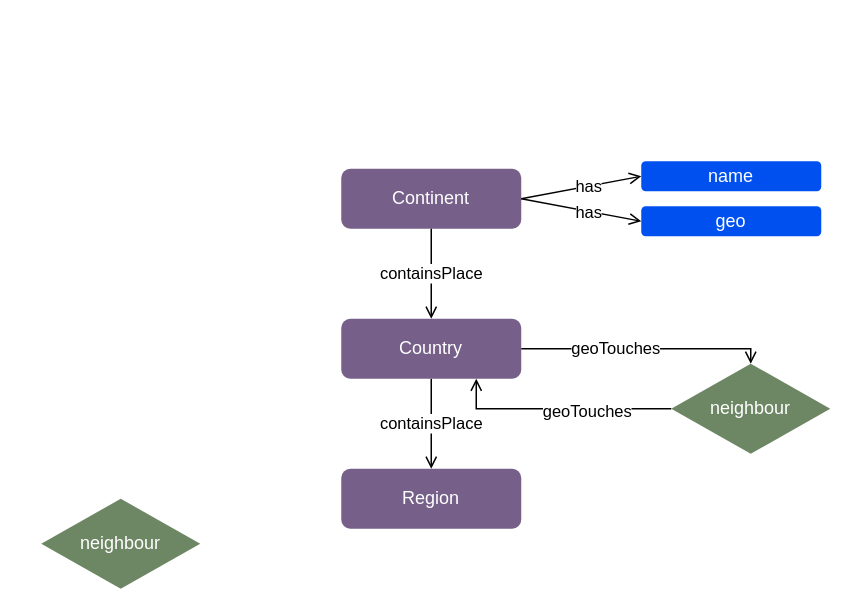
Before: Geo Knowledge Map.drawio in emergent-analytics/emergent-engine, a draw.io diagram. Source tidied: cells renumbered, new cells numbered last; positions are measured from the earlier drawing's top-left corner, leaving out a move shared by most shapes. Both pictures are drawn from the tidied source at 150%, with x=0, y=0 at pixel (40, 160).
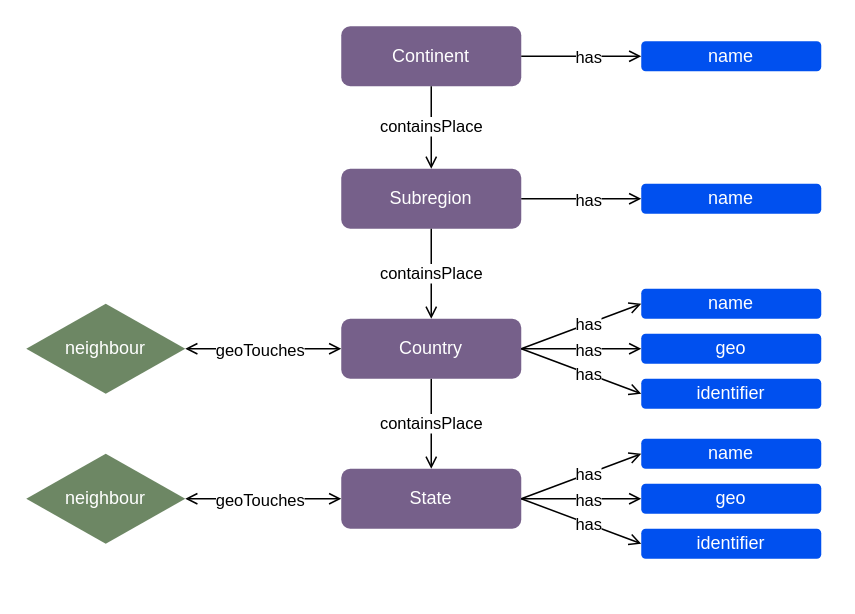
Above is the later version.

The change refers to these unchanged cells:
```xml
<mxCell id="5" value="Country" style="rounded=1;whiteSpace=wrap;html=1;fontSize=12;glass=0;strokeWidth=1;shadow=0;fillColor=#76608a;fontColor=#ffffff;strokeColor=none;" parent="1" vertex="1">
  <mxGeometry x="200" y="105" width="120" height="40" as="geometry" />
</mxCell>
```

What changed in the source:
```diff
@@
-    <mxCell id="2" value="Continent" style="rounded=1;whiteSpace=wrap;html=1;fontSize=12;glass=0;strokeWidth=1;shadow=0;fillColor=#76608a;fontColor=#ffffff;strokeColor=none;" parent="1" vertex="1">
+    <mxCell id="2" value="Subregion" style="rounded=1;whiteSpace=wrap;html=1;fontSize=12;glass=0;strokeWidth=1;shadow=0;fillColor=#76608a;fontColor=#ffffff;strokeColor=none;" parent="1" vertex="1">
       <mxGeometry x="200" y="5" width="120" height="40" as="geometry" />
     </mxCell>
@@
-    <mxCell id="6" value="Region" style="rounded=1;whiteSpace=wrap;html=1;fontSize=12;glass=0;strokeWidth=1;shadow=0;fillColor=#76608a;fontColor=#ffffff;strokeColor=none;" parent="1" vertex="1">
+    <mxCell id="6" value="State" style="rounded=1;whiteSpace=wrap;html=1;fontSize=12;glass=0;strokeWidth=1;shadow=0;fillColor=#76608a;fontColor=#ffffff;strokeColor=none;" parent="1" vertex="1">
       <mxGeometry x="200" y="205" width="120" height="40" as="geometry" />
     </mxCell>
     <mxCell id="7" value="neighbour" style="rhombus;whiteSpace=wrap;html=1;fillColor=#6d8764;fontColor=#ffffff;strokeColor=none;" parent="1" vertex="1">
-      <mxGeometry x="420" y="135" width="106" height="60" as="geometry" />
+      <mxGeometry x="-10" y="95" width="106" height="60" as="geometry" />
     </mxCell>
-    <mxCell id="8" style="endArrow=open;html=1;entryX=0.75;entryY=1;entryDx=0;entryDy=0;exitX=0;exitY=0.5;exitDx=0;exitDy=0;rounded=0;startArrow=none;startFill=0;endFill=0;" parent="1" edge="1" source="7" target="5">
-      <mxGeometry relative="1" as="geometry">
-        <Array as="points">
-          <mxPoint x="290" y="165" />
-        </Array>
-      </mxGeometry>
-    </mxCell>
-    <mxCell id="9" value="geoTouches" style="edgeLabel;html=1;align=center;verticalAlign=middle;" parent="8" vertex="1">
-      <mxGeometry x="-0.24" y="1" relative="1" as="geometry" />
-    </mxCell>
-    <mxCell id="10" style="endArrow=open;html=1;entryX=0.5;entryY=0;entryDx=0;entryDy=0;exitX=1;exitY=0.5;exitDx=0;exitDy=0;rounded=0;startArrow=none;startFill=0;endFill=0;" parent="1" edge="1" source="5" target="7">
+    <mxCell id="10" style="endArrow=open;html=1;entryX=1;entryY=0.5;entryDx=0;entryDy=0;rounded=0;startArrow=open;startFill=0;endFill=0;" parent="1" edge="1" target="7">
       <mxGeometry relative="1" as="geometry">
-        <Array as="points">
-          <mxPoint x="473" y="125" />
-        </Array>
+        <mxPoint x="200" y="125" as="sourcePoint" />
       </mxGeometry>
     </mxCell>
     <mxCell id="11" value="geoTouches" style="edgeLabel;html=1;align=center;verticalAlign=middle;" parent="10" vertex="1">
-      <mxGeometry x="-0.24" y="1" relative="1" as="geometry" />
+      <mxGeometry x="-0.24" y="1" relative="1" as="geometry">
+        <mxPoint x="-14.3" y="-1" as="offset" />
+      </mxGeometry>
     </mxCell>
-    <mxCell id="12" value="neighbour" style="rhombus;whiteSpace=wrap;html=1;fillColor=#6d8764;fontColor=#ffffff;strokeColor=none;" parent="1" vertex="1">
-      <mxGeometry y="225" width="106" height="60" as="geometry" />
-    </mxCell>
     <mxCell id="13" value="name" style="rounded=1;whiteSpace=wrap;html=1;fontSize=12;glass=0;strokeWidth=1;shadow=0;fillColor=#0050ef;fontColor=#ffffff;strokeColor=none;" parent="1" vertex="1">
-      <mxGeometry x="400" width="120" height="20" as="geometry" />
+      <mxGeometry x="400" y="15" width="120" height="20" as="geometry" />
     </mxCell>
-    <mxCell id="14" value="geo" style="rounded=1;whiteSpace=wrap;html=1;fontSize=12;glass=0;strokeWidth=1;shadow=0;fillColor=#0050ef;fontColor=#ffffff;strokeColor=none;" parent="1" vertex="1">
-      <mxGeometry x="400" y="30" width="120" height="20" as="geometry" />
-    </mxCell>
@@
-    <mxCell id="17" style="endArrow=open;html=1;exitX=1;exitY=0.5;exitDx=0;exitDy=0;entryX=0;entryY=0.5;entryDx=0;entryDy=0;endFill=0;" parent="1" edge="1" source="2" target="14">
-      <mxGeometry relative="1" as="geometry" />
-    </mxCell>
-    <mxCell id="18" value="has" style="edgeLabel;html=1;align=center;verticalAlign=middle;" parent="17" vertex="1">
-      <mxGeometry x="0.11" relative="1" as="geometry" />
-    </mxCell>
+    <mxCell id="12" value="neighbour" style="rhombus;whiteSpace=wrap;html=1;fillColor=#6d8764;fontColor=#ffffff;strokeColor=none;" parent="1" vertex="1">
+      <mxGeometry x="-10" y="195" width="106" height="60" as="geometry" />
+    </mxCell>
+    <mxCell id="19" style="endArrow=open;html=1;entryX=1;entryY=0.5;entryDx=0;entryDy=0;rounded=0;startArrow=open;startFill=0;endFill=0;" parent="1" edge="1" target="12">
+      <mxGeometry relative="1" as="geometry">
+        <mxPoint x="200" y="225" as="sourcePoint" />
+      </mxGeometry>
+    </mxCell>
+    <mxCell id="9" value="geoTouches" style="edgeLabel;html=1;align=center;verticalAlign=middle;" parent="19" vertex="1">
+      <mxGeometry x="-0.24" y="1" relative="1" as="geometry">
+        <mxPoint x="-14.3" y="-1" as="offset" />
+      </mxGeometry>
+    </mxCell>
+    <mxCell id="20" value="name" style="rounded=1;whiteSpace=wrap;html=1;fontSize=12;glass=0;strokeWidth=1;shadow=0;fillColor=#0050ef;fontColor=#ffffff;strokeColor=none;" parent="1" vertex="1">
+      <mxGeometry x="400" y="85" width="120" height="20" as="geometry" />
+    </mxCell>
+    <mxCell id="21" value="geo" style="rounded=1;whiteSpace=wrap;html=1;fontSize=12;glass=0;strokeWidth=1;shadow=0;fillColor=#0050ef;fontColor=#ffffff;strokeColor=none;" parent="1" vertex="1">
+      <mxGeometry x="400" y="115" width="120" height="20" as="geometry" />
+    </mxCell>
+    <mxCell id="22" value="identifier" style="rounded=1;whiteSpace=wrap;html=1;fontSize=12;glass=0;strokeWidth=1;shadow=0;fillColor=#0050ef;fontColor=#ffffff;strokeColor=none;" parent="1" vertex="1">
+      <mxGeometry x="400" y="145" width="120" height="20" as="geometry" />
+    </mxCell>
+    <mxCell id="23" style="endArrow=open;html=1;exitX=1;exitY=0.5;exitDx=0;exitDy=0;entryX=0;entryY=0.5;entryDx=0;entryDy=0;endFill=0;" parent="1" edge="1" source="5" target="20">
+      <mxGeometry relative="1" as="geometry" />
+    </mxCell>
+    <mxCell id="24" value="has" style="edgeLabel;html=1;align=center;verticalAlign=middle;" parent="23" vertex="1">
+      <mxGeometry x="0.11" relative="1" as="geometry" />
+    </mxCell>
+    <mxCell id="25" style="endArrow=open;html=1;exitX=1;exitY=0.5;exitDx=0;exitDy=0;entryX=0;entryY=0.5;entryDx=0;entryDy=0;endFill=0;" parent="1" edge="1" source="5" target="21">
+      <mxGeometry relative="1" as="geometry" />
+    </mxCell>
+    <mxCell id="26" value="has" style="edgeLabel;html=1;align=center;verticalAlign=middle;" parent="25" vertex="1">
+      <mxGeometry x="0.11" relative="1" as="geometry" />
+    </mxCell>
+    <mxCell id="27" style="endArrow=open;html=1;entryX=0;entryY=0.5;entryDx=0;entryDy=0;endFill=0;" parent="1" edge="1" target="22">
+      <mxGeometry relative="1" as="geometry">
+        <mxPoint x="320" y="125" as="sourcePoint" />
+      </mxGeometry>
+    </mxCell>
+    <mxCell id="28" value="has" style="edgeLabel;html=1;align=center;verticalAlign=middle;" parent="27" vertex="1">
+      <mxGeometry x="0.11" relative="1" as="geometry" />
+    </mxCell>
+    <mxCell id="29" value="Continent" style="rounded=1;whiteSpace=wrap;html=1;fontSize=12;glass=0;strokeWidth=1;shadow=0;fillColor=#76608a;fontColor=#ffffff;strokeColor=none;" parent="1" vertex="1">
+      <mxGeometry x="200" y="-90" width="120" height="40" as="geometry" />
+    </mxCell>
+    <mxCell id="30" value="name" style="rounded=1;whiteSpace=wrap;html=1;fontSize=12;glass=0;strokeWidth=1;shadow=0;fillColor=#0050ef;fontColor=#ffffff;strokeColor=none;" parent="1" vertex="1">
+      <mxGeometry x="400" y="-80" width="120" height="20" as="geometry" />
+    </mxCell>
+    <mxCell id="31" style="endArrow=open;html=1;exitX=1;exitY=0.5;exitDx=0;exitDy=0;entryX=0;entryY=0.5;entryDx=0;entryDy=0;endFill=0;" parent="1" edge="1" source="29" target="30">
+      <mxGeometry relative="1" as="geometry" />
+    </mxCell>
+    <mxCell id="32" value="has" style="edgeLabel;html=1;align=center;verticalAlign=middle;" parent="31" vertex="1">
+      <mxGeometry x="0.11" relative="1" as="geometry" />
+    </mxCell>
+    <mxCell id="33" value="containsPlace" style="endArrow=none;html=1;entryX=0.5;entryY=1;entryDx=0;entryDy=0;exitX=0.5;exitY=0;exitDx=0;exitDy=0;rounded=0;startArrow=open;startFill=0;" parent="1" edge="1" source="2" target="29">
+      <mxGeometry relative="1" as="geometry" />
+    </mxCell>
+    <mxCell id="34" value="name" style="rounded=1;whiteSpace=wrap;html=1;fontSize=12;glass=0;strokeWidth=1;shadow=0;fillColor=#0050ef;fontColor=#ffffff;strokeColor=none;" parent="1" vertex="1">
+      <mxGeometry x="400" y="185" width="120" height="20" as="geometry" />
+    </mxCell>
+    <mxCell id="35" value="geo" style="rounded=1;whiteSpace=wrap;html=1;fontSize=12;glass=0;strokeWidth=1;shadow=0;fillColor=#0050ef;fontColor=#ffffff;strokeColor=none;" parent="1" vertex="1">
+      <mxGeometry x="400" y="215" width="120" height="20" as="geometry" />
+    </mxCell>
+    <mxCell id="36" value="identifier" style="rounded=1;whiteSpace=wrap;html=1;fontSize=12;glass=0;strokeWidth=1;shadow=0;fillColor=#0050ef;fontColor=#ffffff;strokeColor=none;" parent="1" vertex="1">
+      <mxGeometry x="400" y="245" width="120" height="20" as="geometry" />
+    </mxCell>
+    <mxCell id="37" style="endArrow=open;html=1;exitX=1;exitY=0.5;exitDx=0;exitDy=0;entryX=0;entryY=0.5;entryDx=0;entryDy=0;endFill=0;" parent="1" edge="1" target="34">
+      <mxGeometry relative="1" as="geometry">
+        <mxPoint x="320" y="225" as="sourcePoint" />
+      </mxGeometry>
+    </mxCell>
+    <mxCell id="38" value="has" style="edgeLabel;html=1;align=center;verticalAlign=middle;" parent="37" vertex="1">
+      <mxGeometry x="0.11" relative="1" as="geometry" />
+    </mxCell>
+    <mxCell id="39" style="endArrow=open;html=1;exitX=1;exitY=0.5;exitDx=0;exitDy=0;entryX=0;entryY=0.5;entryDx=0;entryDy=0;endFill=0;" parent="1" edge="1" target="35">
+      <mxGeometry relative="1" as="geometry">
+        <mxPoint x="320" y="225" as="sourcePoint" />
+      </mxGeometry>
+    </mxCell>
+    <mxCell id="40" value="has" style="edgeLabel;html=1;align=center;verticalAlign=middle;" parent="39" vertex="1">
+      <mxGeometry x="0.11" relative="1" as="geometry" />
+    </mxCell>
+    <mxCell id="41" style="endArrow=open;html=1;entryX=0;entryY=0.5;entryDx=0;entryDy=0;endFill=0;" parent="1" edge="1" target="36">
+      <mxGeometry relative="1" as="geometry">
+        <mxPoint x="320" y="225" as="sourcePoint" />
+      </mxGeometry>
+    </mxCell>
+    <mxCell id="42" value="has" style="edgeLabel;html=1;align=center;verticalAlign=middle;" parent="41" vertex="1">
+      <mxGeometry x="0.11" relative="1" as="geometry" />
+    </mxCell>
```
